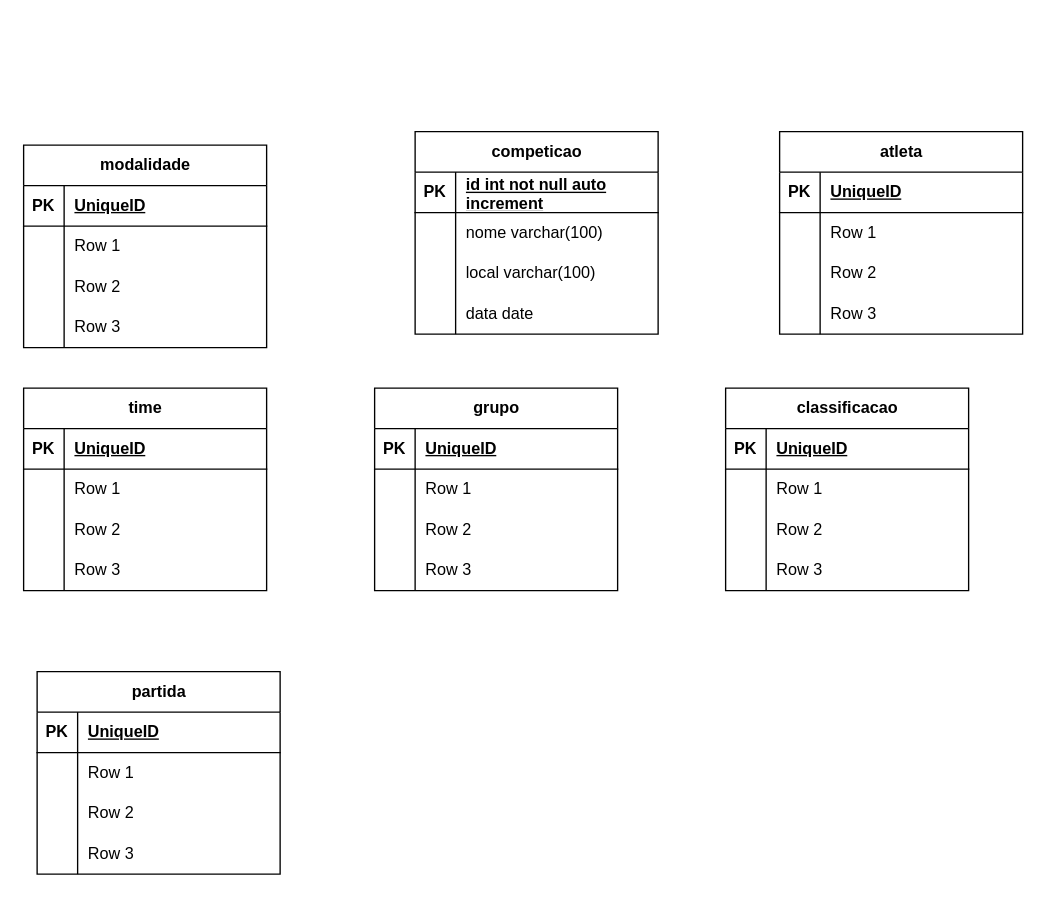
Above: Atividades/CompeteSync/competesync.drawio in samueldelorenzi/BancoDeDadosII (draw.io), before the change. Source tidied: cells renumbered, new cells numbered last; positions are measured from the earlier drawing's top-left corner, leaving out a move shared by most shapes. Both pictures are drawn from the tidied source at 135%, with x=0, y=0 at pixel (23, 131).
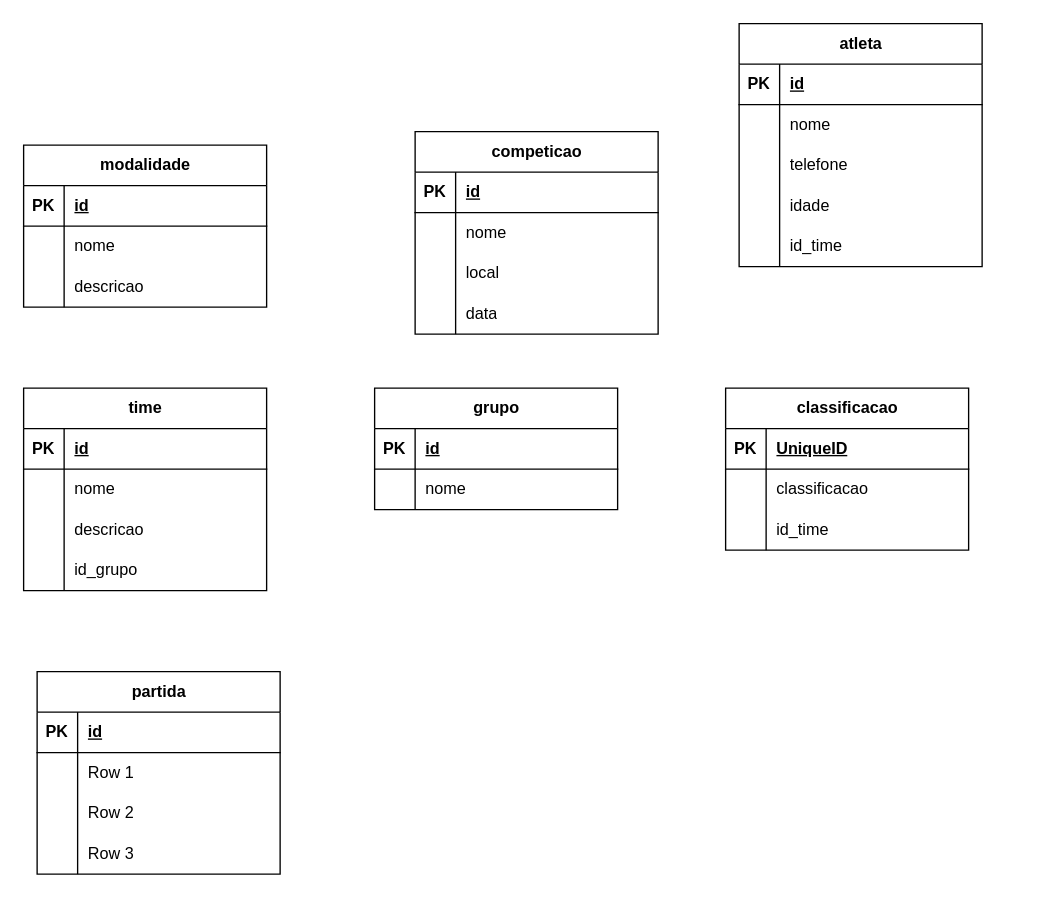
Above is the later version.

The change refers to these unchanged cells:
```xml
<mxCell id="3" style="shape=tableRow;horizontal=0;startSize=0;swimlaneHead=0;swimlaneBody=0;fillColor=none;top=0;left=0;right=0;bottom=1;" parent="2" vertex="1">
  <mxGeometry y="30" width="180" height="30" as="geometry" />
</mxCell>
<mxCell id="6" style="shape=tableRow;horizontal=0;startSize=0;swimlaneHead=0;swimlaneBody=0;fillColor=none;top=0;left=0;right=0;bottom=0;" parent="2" vertex="1">
  <mxGeometry y="60" width="180" height="30" as="geometry" />
</mxCell>
<mxCell id="9" style="shape=tableRow;horizontal=0;startSize=0;swimlaneHead=0;swimlaneBody=0;fillColor=none;top=0;left=0;right=0;bottom=0;" parent="2" vertex="1">
  <mxGeometry y="90" width="180" height="30" as="geometry" />
</mxCell>
<mxCell id="12" style="shape=tableRow;horizontal=0;startSize=0;swimlaneHead=0;swimlaneBody=0;fillColor=none;top=0;left=0;right=0;bottom=0;" parent="2" vertex="1">
  <mxGeometry y="120" width="180" height="30" as="geometry" />
</mxCell>
<mxCell id="16" style="shape=tableRow;horizontal=0;startSize=0;swimlaneHead=0;swimlaneBody=0;fillColor=none;top=0;left=0;right=0;bottom=1;" parent="15" vertex="1">
  <mxGeometry y="30" width="180" height="30" as="geometry" />
</mxCell>
<mxCell id="19" style="shape=tableRow;horizontal=0;startSize=0;swimlaneHead=0;swimlaneBody=0;fillColor=none;top=0;left=0;right=0;bottom=0;" parent="15" vertex="1">
  <mxGeometry y="60" width="180" height="30" as="geometry" />
</mxCell>
<mxCell id="22" style="shape=tableRow;horizontal=0;startSize=0;swimlaneHead=0;swimlaneBody=0;fillColor=none;top=0;left=0;right=0;bottom=0;" parent="15" vertex="1">
  <mxGeometry y="90" width="180" height="30" as="geometry" />
</mxCell>
<mxCell id="28" value="time" style="shape=table;startSize=30;childLayout=tableLayout;rowLines=0;fontStyle=1;align=center;html=1;" parent="1" vertex="1">
  <mxGeometry y="190" width="180" height="150" as="geometry" />
</mxCell>
<mxCell id="29" style="shape=tableRow;horizontal=0;startSize=0;swimlaneHead=0;swimlaneBody=0;fillColor=none;top=0;left=0;right=0;bottom=1;" parent="28" vertex="1">
  <mxGeometry y="30" width="180" height="30" as="geometry" />
</mxCell>
<mxCell id="32" style="shape=tableRow;horizontal=0;startSize=0;swimlaneHead=0;swimlaneBody=0;fillColor=none;top=0;left=0;right=0;bottom=0;" parent="28" vertex="1">
  <mxGeometry y="60" width="180" height="30" as="geometry" />
</mxCell>
<mxCell id="35" style="shape=tableRow;horizontal=0;startSize=0;swimlaneHead=0;swimlaneBody=0;fillColor=none;top=0;left=0;right=0;bottom=0;" parent="28" vertex="1">
  <mxGeometry y="90" width="180" height="30" as="geometry" />
</mxCell>
<mxCell id="42" style="shape=tableRow;horizontal=0;startSize=0;swimlaneHead=0;swimlaneBody=0;fillColor=none;top=0;left=0;right=0;bottom=1;" parent="41" vertex="1">
  <mxGeometry y="30" width="180" height="30" as="geometry" />
</mxCell>
<mxCell id="45" style="shape=tableRow;horizontal=0;startSize=0;swimlaneHead=0;swimlaneBody=0;fillColor=none;top=0;left=0;right=0;bottom=0;" parent="41" vertex="1">
  <mxGeometry y="60" width="180" height="30" as="geometry" />
</mxCell>
<mxCell id="48" style="shape=tableRow;horizontal=0;startSize=0;swimlaneHead=0;swimlaneBody=0;fillColor=none;top=0;left=0;right=0;bottom=0;" parent="41" vertex="1">
  <mxGeometry y="90" width="180" height="30" as="geometry" />
</mxCell>
<mxCell id="51" style="shape=tableRow;horizontal=0;startSize=0;swimlaneHead=0;swimlaneBody=0;fillColor=none;top=0;left=0;right=0;bottom=0;" parent="41" vertex="1">
  <mxGeometry y="120" width="180" height="30" as="geometry" />
</mxCell>
<mxCell id="55" style="shape=tableRow;horizontal=0;startSize=0;swimlaneHead=0;swimlaneBody=0;fillColor=none;top=0;left=0;right=0;bottom=1;" parent="54" vertex="1">
  <mxGeometry y="30" width="180" height="30" as="geometry" />
</mxCell>
<mxCell id="58" style="shape=tableRow;horizontal=0;startSize=0;swimlaneHead=0;swimlaneBody=0;fillColor=none;top=0;left=0;right=0;bottom=0;" parent="54" vertex="1">
  <mxGeometry y="60" width="180" height="30" as="geometry" />
</mxCell>
<mxCell id="71" style="shape=tableRow;horizontal=0;startSize=0;swimlaneHead=0;swimlaneBody=0;fillColor=none;top=0;left=0;right=0;bottom=0;" parent="67" vertex="1">
  <mxGeometry y="60" width="180" height="30" as="geometry" />
</mxCell>
<mxCell id="74" style="shape=tableRow;horizontal=0;startSize=0;swimlaneHead=0;swimlaneBody=0;fillColor=none;top=0;left=0;right=0;bottom=0;" parent="67" vertex="1">
  <mxGeometry y="90" width="180" height="30" as="geometry" />
</mxCell>
<mxCell id="81" style="shape=tableRow;horizontal=0;startSize=0;swimlaneHead=0;swimlaneBody=0;fillColor=none;top=0;left=0;right=0;bottom=1;" parent="80" vertex="1">
  <mxGeometry y="30" width="180" height="30" as="geometry" />
</mxCell>
```

What changed in the source:
```diff
@@
-    <mxCell id="5" value="id int not null auto increment" style="shape=partialRectangle;fillColor=none;top=0;left=0;bottom=0;right=0;align=left;spacingLeft=6;fontStyle=5;overflow=hidden;whiteSpace=wrap;html=1;" parent="3" vertex="1">
+    <mxCell id="5" value="id" style="shape=partialRectangle;fillColor=none;top=0;left=0;bottom=0;right=0;align=left;spacingLeft=6;fontStyle=5;overflow=hidden;whiteSpace=wrap;html=1;" parent="3" vertex="1">
       <mxGeometry x="30" width="150" height="30" as="geometry" />
     </mxCell>
@@
-    <mxCell id="8" value="nome varchar(100)" style="shape=partialRectangle;fillColor=none;top=0;left=0;bottom=0;right=0;align=left;spacingLeft=6;overflow=hidden;whiteSpace=wrap;html=1;" parent="6" vertex="1">
+    <mxCell id="8" value="nome" style="shape=partialRectangle;fillColor=none;top=0;left=0;bottom=0;right=0;align=left;spacingLeft=6;overflow=hidden;whiteSpace=wrap;html=1;" parent="6" vertex="1">
       <mxGeometry x="30" width="150" height="30" as="geometry" />
     </mxCell>
@@
-    <mxCell id="11" value="local varchar(100)" style="shape=partialRectangle;fillColor=none;top=0;left=0;bottom=0;right=0;align=left;spacingLeft=6;overflow=hidden;whiteSpace=wrap;html=1;" parent="9" vertex="1">
+    <mxCell id="11" value="local" style="shape=partialRectangle;fillColor=none;top=0;left=0;bottom=0;right=0;align=left;spacingLeft=6;overflow=hidden;whiteSpace=wrap;html=1;" parent="9" vertex="1">
       <mxGeometry x="30" width="150" height="30" as="geometry" />
     </mxCell>
@@
-    <mxCell id="14" value="data date" style="shape=partialRectangle;fillColor=none;top=0;left=0;bottom=0;right=0;align=left;spacingLeft=6;overflow=hidden;whiteSpace=wrap;html=1;" parent="12" vertex="1">
+    <mxCell id="14" value="data" style="shape=partialRectangle;fillColor=none;top=0;left=0;bottom=0;right=0;align=left;spacingLeft=6;overflow=hidden;whiteSpace=wrap;html=1;" parent="12" vertex="1">
       <mxGeometry x="30" width="150" height="30" as="geometry" />
     </mxCell>
     <mxCell id="15" value="modalidade" style="shape=table;startSize=30;childLayout=tableLayout;rowLines=0;fontStyle=1;align=center;html=1;" parent="1" vertex="1">
-      <mxGeometry y="10" width="180" height="150" as="geometry" />
+      <mxGeometry y="10" width="180" height="120" as="geometry" />
     </mxCell>
@@
-    <mxCell id="18" value="UniqueID" style="shape=partialRectangle;fillColor=none;top=0;left=0;bottom=0;right=0;align=left;spacingLeft=6;fontStyle=5;overflow=hidden;whiteSpace=wrap;html=1;" parent="16" vertex="1">
+    <mxCell id="18" value="id" style="shape=partialRectangle;fillColor=none;top=0;left=0;bottom=0;right=0;align=left;spacingLeft=6;fontStyle=5;overflow=hidden;whiteSpace=wrap;html=1;" parent="16" vertex="1">
       <mxGeometry x="30" width="150" height="30" as="geometry" />
     </mxCell>
@@
-    <mxCell id="21" value="Row 1" style="shape=partialRectangle;fillColor=none;top=0;left=0;bottom=0;right=0;align=left;spacingLeft=6;overflow=hidden;whiteSpace=wrap;html=1;" parent="19" vertex="1">
+    <mxCell id="21" value="nome" style="shape=partialRectangle;fillColor=none;top=0;left=0;bottom=0;right=0;align=left;spacingLeft=6;overflow=hidden;whiteSpace=wrap;html=1;" parent="19" vertex="1">
       <mxGeometry x="30" width="150" height="30" as="geometry" />
     </mxCell>
@@
-    <mxCell id="24" value="Row 2" style="shape=partialRectangle;fillColor=none;top=0;left=0;bottom=0;right=0;align=left;spacingLeft=6;overflow=hidden;whiteSpace=wrap;html=1;" parent="22" vertex="1">
+    <mxCell id="24" value="descricao" style="shape=partialRectangle;fillColor=none;top=0;left=0;bottom=0;right=0;align=left;spacingLeft=6;overflow=hidden;whiteSpace=wrap;html=1;" parent="22" vertex="1">
       <mxGeometry x="30" width="150" height="30" as="geometry" />
     </mxCell>
-    <mxCell id="25" style="shape=tableRow;horizontal=0;startSize=0;swimlaneHead=0;swimlaneBody=0;fillColor=none;top=0;left=0;right=0;bottom=0;" parent="15" vertex="1">
-      <mxGeometry y="120" width="180" height="30" as="geometry" />
-    </mxCell>
-    <mxCell id="26" style="shape=partialRectangle;fillColor=none;top=0;left=0;bottom=0;right=0;overflow=hidden;whiteSpace=wrap;html=1;" parent="25" vertex="1">
-      <mxGeometry width="30" height="30" as="geometry" />
-    </mxCell>
-    <mxCell id="27" value="Row 3" style="shape=partialRectangle;fillColor=none;top=0;left=0;bottom=0;right=0;align=left;spacingLeft=6;overflow=hidden;whiteSpace=wrap;html=1;" parent="25" vertex="1">
-      <mxGeometry x="30" width="150" height="30" as="geometry" />
-    </mxCell>
@@
-    <mxCell id="31" value="UniqueID" style="shape=partialRectangle;fillColor=none;top=0;left=0;bottom=0;right=0;align=left;spacingLeft=6;fontStyle=5;overflow=hidden;whiteSpace=wrap;html=1;" parent="29" vertex="1">
+    <mxCell id="31" value="id" style="shape=partialRectangle;fillColor=none;top=0;left=0;bottom=0;right=0;align=left;spacingLeft=6;fontStyle=5;overflow=hidden;whiteSpace=wrap;html=1;" parent="29" vertex="1">
       <mxGeometry x="30" width="150" height="30" as="geometry" />
     </mxCell>
@@
-    <mxCell id="34" value="Row 1" style="shape=partialRectangle;fillColor=none;top=0;left=0;bottom=0;right=0;align=left;spacingLeft=6;overflow=hidden;whiteSpace=wrap;html=1;" parent="32" vertex="1">
+    <mxCell id="34" value="nome" style="shape=partialRectangle;fillColor=none;top=0;left=0;bottom=0;right=0;align=left;spacingLeft=6;overflow=hidden;whiteSpace=wrap;html=1;" parent="32" vertex="1">
       <mxGeometry x="30" width="150" height="30" as="geometry" />
     </mxCell>
@@
-    <mxCell id="37" value="Row 2" style="shape=partialRectangle;fillColor=none;top=0;left=0;bottom=0;right=0;align=left;spacingLeft=6;overflow=hidden;whiteSpace=wrap;html=1;" parent="35" vertex="1">
+    <mxCell id="37" value="descricao" style="shape=partialRectangle;fillColor=none;top=0;left=0;bottom=0;right=0;align=left;spacingLeft=6;overflow=hidden;whiteSpace=wrap;html=1;" parent="35" vertex="1">
       <mxGeometry x="30" width="150" height="30" as="geometry" />
     </mxCell>
-    <mxCell id="38" style="shape=tableRow;horizontal=0;startSize=0;swimlaneHead=0;swimlaneBody=0;fillColor=none;top=0;left=0;right=0;bottom=0;" parent="28" vertex="1">
-      <mxGeometry y="120" width="180" height="30" as="geometry" />
-    </mxCell>
-    <mxCell id="39" style="shape=partialRectangle;fillColor=none;top=0;left=0;bottom=0;right=0;overflow=hidden;whiteSpace=wrap;html=1;" parent="38" vertex="1">
-      <mxGeometry width="30" height="30" as="geometry" />
-    </mxCell>
-    <mxCell id="40" value="Row 3" style="shape=partialRectangle;fillColor=none;top=0;left=0;bottom=0;right=0;align=left;spacingLeft=6;overflow=hidden;whiteSpace=wrap;html=1;" parent="38" vertex="1">
-      <mxGeometry x="30" width="150" height="30" as="geometry" />
-    </mxCell>
+    <mxCell id="93" style="shape=tableRow;horizontal=0;startSize=0;swimlaneHead=0;swimlaneBody=0;fillColor=none;top=0;left=0;right=0;bottom=0;" parent="28" vertex="1">
+      <mxGeometry y="120" width="180" height="30" as="geometry" />
+    </mxCell>
+    <mxCell id="94" style="shape=partialRectangle;fillColor=none;top=0;left=0;bottom=0;right=0;overflow=hidden;whiteSpace=wrap;html=1;" parent="93" vertex="1">
+      <mxGeometry width="30" height="30" as="geometry" />
+    </mxCell>
+    <mxCell id="95" value="id_grupo" style="shape=partialRectangle;fillColor=none;top=0;left=0;bottom=0;right=0;align=left;spacingLeft=6;overflow=hidden;whiteSpace=wrap;html=1;" parent="93" vertex="1">
+      <mxGeometry x="30" width="150" height="30" as="geometry" />
+    </mxCell>
     <mxCell id="41" value="atleta" style="shape=table;startSize=30;childLayout=tableLayout;rowLines=0;fontStyle=1;align=center;html=1;" parent="1" vertex="1">
-      <mxGeometry x="560" width="180" height="150" as="geometry" />
+      <mxGeometry x="530" y="-80" width="180" height="180" as="geometry" />
     </mxCell>
@@
-    <mxCell id="44" value="UniqueID" style="shape=partialRectangle;fillColor=none;top=0;left=0;bottom=0;right=0;align=left;spacingLeft=6;fontStyle=5;overflow=hidden;whiteSpace=wrap;html=1;" parent="42" vertex="1">
+    <mxCell id="44" value="id" style="shape=partialRectangle;fillColor=none;top=0;left=0;bottom=0;right=0;align=left;spacingLeft=6;fontStyle=5;overflow=hidden;whiteSpace=wrap;html=1;" parent="42" vertex="1">
       <mxGeometry x="30" width="150" height="30" as="geometry" />
     </mxCell>
@@
-    <mxCell id="47" value="Row 1" style="shape=partialRectangle;fillColor=none;top=0;left=0;bottom=0;right=0;align=left;spacingLeft=6;overflow=hidden;whiteSpace=wrap;html=1;" parent="45" vertex="1">
+    <mxCell id="47" value="nome" style="shape=partialRectangle;fillColor=none;top=0;left=0;bottom=0;right=0;align=left;spacingLeft=6;overflow=hidden;whiteSpace=wrap;html=1;" parent="45" vertex="1">
       <mxGeometry x="30" width="150" height="30" as="geometry" />
     </mxCell>
@@
-    <mxCell id="50" value="Row 2" style="shape=partialRectangle;fillColor=none;top=0;left=0;bottom=0;right=0;align=left;spacingLeft=6;overflow=hidden;whiteSpace=wrap;html=1;" parent="48" vertex="1">
+    <mxCell id="50" value="telefone" style="shape=partialRectangle;fillColor=none;top=0;left=0;bottom=0;right=0;align=left;spacingLeft=6;overflow=hidden;whiteSpace=wrap;html=1;" parent="48" vertex="1">
       <mxGeometry x="30" width="150" height="30" as="geometry" />
     </mxCell>
@@
-    <mxCell id="53" value="Row 3" style="shape=partialRectangle;fillColor=none;top=0;left=0;bottom=0;right=0;align=left;spacingLeft=6;overflow=hidden;whiteSpace=wrap;html=1;" parent="51" vertex="1">
+    <mxCell id="53" value="idade" style="shape=partialRectangle;fillColor=none;top=0;left=0;bottom=0;right=0;align=left;spacingLeft=6;overflow=hidden;whiteSpace=wrap;html=1;" parent="51" vertex="1">
       <mxGeometry x="30" width="150" height="30" as="geometry" />
     </mxCell>
+    <mxCell id="96" style="shape=tableRow;horizontal=0;startSize=0;swimlaneHead=0;swimlaneBody=0;fillColor=none;top=0;left=0;right=0;bottom=0;" parent="41" vertex="1">
+      <mxGeometry y="150" width="180" height="30" as="geometry" />
+    </mxCell>
+    <mxCell id="97" style="shape=partialRectangle;fillColor=none;top=0;left=0;bottom=0;right=0;overflow=hidden;whiteSpace=wrap;html=1;" parent="96" vertex="1">
+      <mxGeometry width="30" height="30" as="geometry" />
+    </mxCell>
+    <mxCell id="98" value="id_time" style="shape=partialRectangle;fillColor=none;top=0;left=0;bottom=0;right=0;align=left;spacingLeft=6;overflow=hidden;whiteSpace=wrap;html=1;" parent="96" vertex="1">
+      <mxGeometry x="30" width="150" height="30" as="geometry" />
+    </mxCell>
     <mxCell id="54" value="grupo" style="shape=table;startSize=30;childLayout=tableLayout;rowLines=0;fontStyle=1;align=center;html=1;" parent="1" vertex="1">
-      <mxGeometry x="260" y="190" width="180" height="150" as="geometry" />
+      <mxGeometry x="260" y="190" width="180" height="90" as="geometry" />
     </mxCell>
@@
-    <mxCell id="57" value="UniqueID" style="shape=partialRectangle;fillColor=none;top=0;left=0;bottom=0;right=0;align=left;spacingLeft=6;fontStyle=5;overflow=hidden;whiteSpace=wrap;html=1;" parent="55" vertex="1">
+    <mxCell id="57" value="id" style="shape=partialRectangle;fillColor=none;top=0;left=0;bottom=0;right=0;align=left;spacingLeft=6;fontStyle=5;overflow=hidden;whiteSpace=wrap;html=1;" parent="55" vertex="1">
       <mxGeometry x="30" width="150" height="30" as="geometry" />
     </mxCell>
@@
-    <mxCell id="60" value="Row 1" style="shape=partialRectangle;fillColor=none;top=0;left=0;bottom=0;right=0;align=left;spacingLeft=6;overflow=hidden;whiteSpace=wrap;html=1;" parent="58" vertex="1">
+    <mxCell id="60" value="nome" style="shape=partialRectangle;fillColor=none;top=0;left=0;bottom=0;right=0;align=left;spacingLeft=6;overflow=hidden;whiteSpace=wrap;html=1;" parent="58" vertex="1">
       <mxGeometry x="30" width="150" height="30" as="geometry" />
     </mxCell>
-    <mxCell id="61" style="shape=tableRow;horizontal=0;startSize=0;swimlaneHead=0;swimlaneBody=0;fillColor=none;top=0;left=0;right=0;bottom=0;" parent="54" vertex="1">
-      <mxGeometry y="90" width="180" height="30" as="geometry" />
-    </mxCell>
-    <mxCell id="62" style="shape=partialRectangle;fillColor=none;top=0;left=0;bottom=0;right=0;overflow=hidden;whiteSpace=wrap;html=1;" parent="61" vertex="1">
-      <mxGeometry width="30" height="30" as="geometry" />
-    </mxCell>
-    <mxCell id="63" value="Row 2" style="shape=partialRectangle;fillColor=none;top=0;left=0;bottom=0;right=0;align=left;spacingLeft=6;overflow=hidden;whiteSpace=wrap;html=1;" parent="61" vertex="1">
-      <mxGeometry x="30" width="150" height="30" as="geometry" />
-    </mxCell>
-    <mxCell id="64" style="shape=tableRow;horizontal=0;startSize=0;swimlaneHead=0;swimlaneBody=0;fillColor=none;top=0;left=0;right=0;bottom=0;" parent="54" vertex="1">
-      <mxGeometry y="120" width="180" height="30" as="geometry" />
-    </mxCell>
-    <mxCell id="65" style="shape=partialRectangle;fillColor=none;top=0;left=0;bottom=0;right=0;overflow=hidden;whiteSpace=wrap;html=1;" parent="64" vertex="1">
-      <mxGeometry width="30" height="30" as="geometry" />
-    </mxCell>
-    <mxCell id="66" value="Row 3" style="shape=partialRectangle;fillColor=none;top=0;left=0;bottom=0;right=0;align=left;spacingLeft=6;overflow=hidden;whiteSpace=wrap;html=1;" parent="64" vertex="1">
-      <mxGeometry x="30" width="150" height="30" as="geometry" />
-    </mxCell>
     <mxCell id="67" value="classificacao" style="shape=table;startSize=30;childLayout=tableLayout;rowLines=0;fontStyle=1;align=center;html=1;" parent="1" vertex="1">
-      <mxGeometry x="520" y="190" width="180" height="150" as="geometry" />
+      <mxGeometry x="520" y="190" width="180" height="120" as="geometry" />
     </mxCell>
@@
-    <mxCell id="73" value="Row 1" style="shape=partialRectangle;fillColor=none;top=0;left=0;bottom=0;right=0;align=left;spacingLeft=6;overflow=hidden;whiteSpace=wrap;html=1;" parent="71" vertex="1">
+    <mxCell id="73" value="classificacao" style="shape=partialRectangle;fillColor=none;top=0;left=0;bottom=0;right=0;align=left;spacingLeft=6;overflow=hidden;whiteSpace=wrap;html=1;" parent="71" vertex="1">
       <mxGeometry x="30" width="150" height="30" as="geometry" />
     </mxCell>
@@
-    <mxCell id="76" value="Row 2" style="shape=partialRectangle;fillColor=none;top=0;left=0;bottom=0;right=0;align=left;spacingLeft=6;overflow=hidden;whiteSpace=wrap;html=1;" parent="74" vertex="1">
+    <mxCell id="76" value="id_time" style="shape=partialRectangle;fillColor=none;top=0;left=0;bottom=0;right=0;align=left;spacingLeft=6;overflow=hidden;whiteSpace=wrap;html=1;" parent="74" vertex="1">
       <mxGeometry x="30" width="150" height="30" as="geometry" />
     </mxCell>
-    <mxCell id="77" style="shape=tableRow;horizontal=0;startSize=0;swimlaneHead=0;swimlaneBody=0;fillColor=none;top=0;left=0;right=0;bottom=0;" parent="67" vertex="1">
-      <mxGeometry y="120" width="180" height="30" as="geometry" />
-    </mxCell>
-    <mxCell id="78" style="shape=partialRectangle;fillColor=none;top=0;left=0;bottom=0;right=0;overflow=hidden;whiteSpace=wrap;html=1;" parent="77" vertex="1">
-      <mxGeometry width="30" height="30" as="geometry" />
-    </mxCell>
-    <mxCell id="79" value="Row 3" style="shape=partialRectangle;fillColor=none;top=0;left=0;bottom=0;right=0;align=left;spacingLeft=6;overflow=hidden;whiteSpace=wrap;html=1;" parent="77" vertex="1">
-      <mxGeometry x="30" width="150" height="30" as="geometry" />
-    </mxCell>
@@
-    <mxCell id="83" value="UniqueID" style="shape=partialRectangle;fillColor=none;top=0;left=0;bottom=0;right=0;align=left;spacingLeft=6;fontStyle=5;overflow=hidden;whiteSpace=wrap;html=1;" parent="81" vertex="1">
+    <mxCell id="83" value="id" style="shape=partialRectangle;fillColor=none;top=0;left=0;bottom=0;right=0;align=left;spacingLeft=6;fontStyle=5;overflow=hidden;whiteSpace=wrap;html=1;" parent="81" vertex="1">
       <mxGeometry x="30" width="150" height="30" as="geometry" />
     </mxCell>
```
